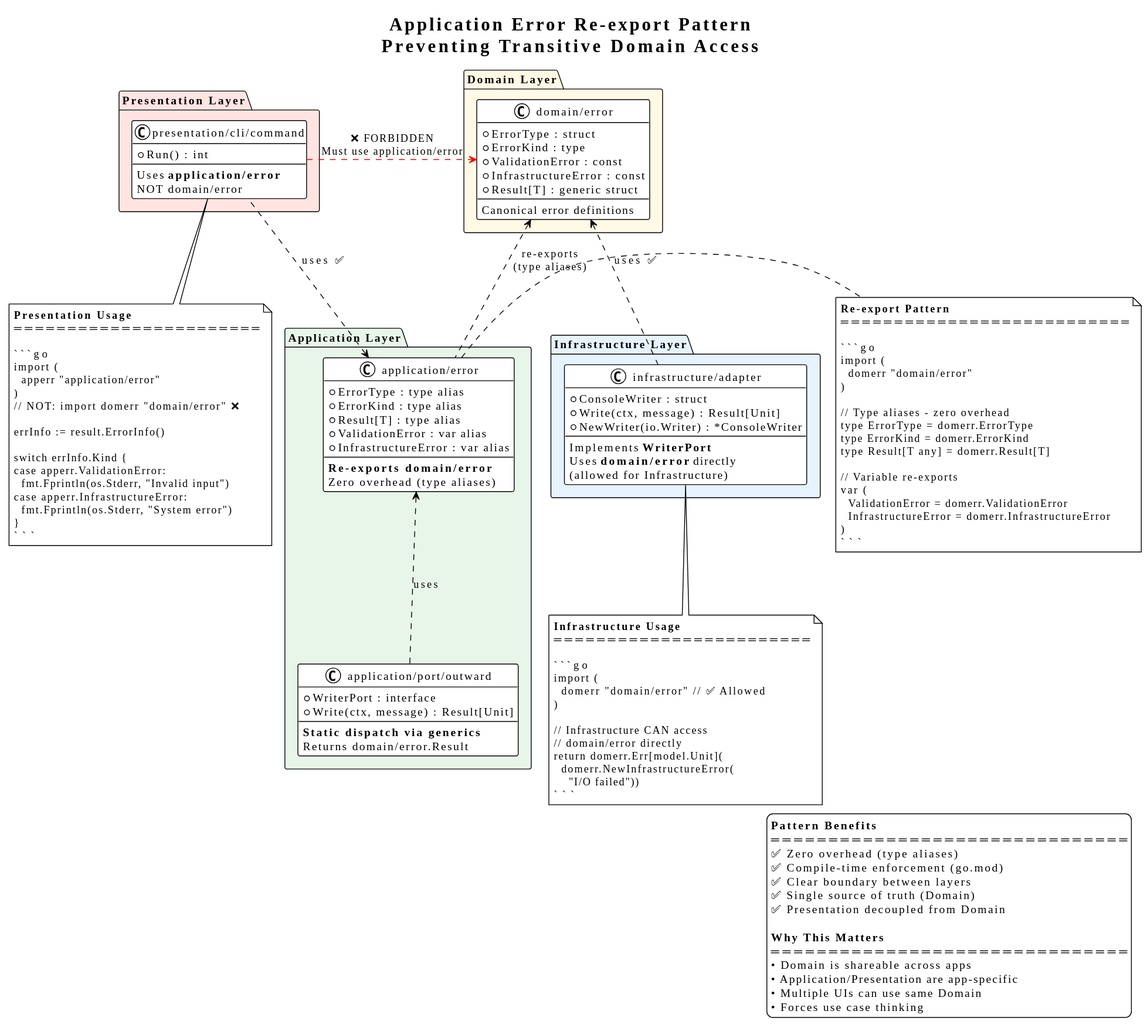
Before: docs/diagrams/application_error_pattern.svg, a diagram exported from PlantUML (abitofhelp/hybrid_app_go).
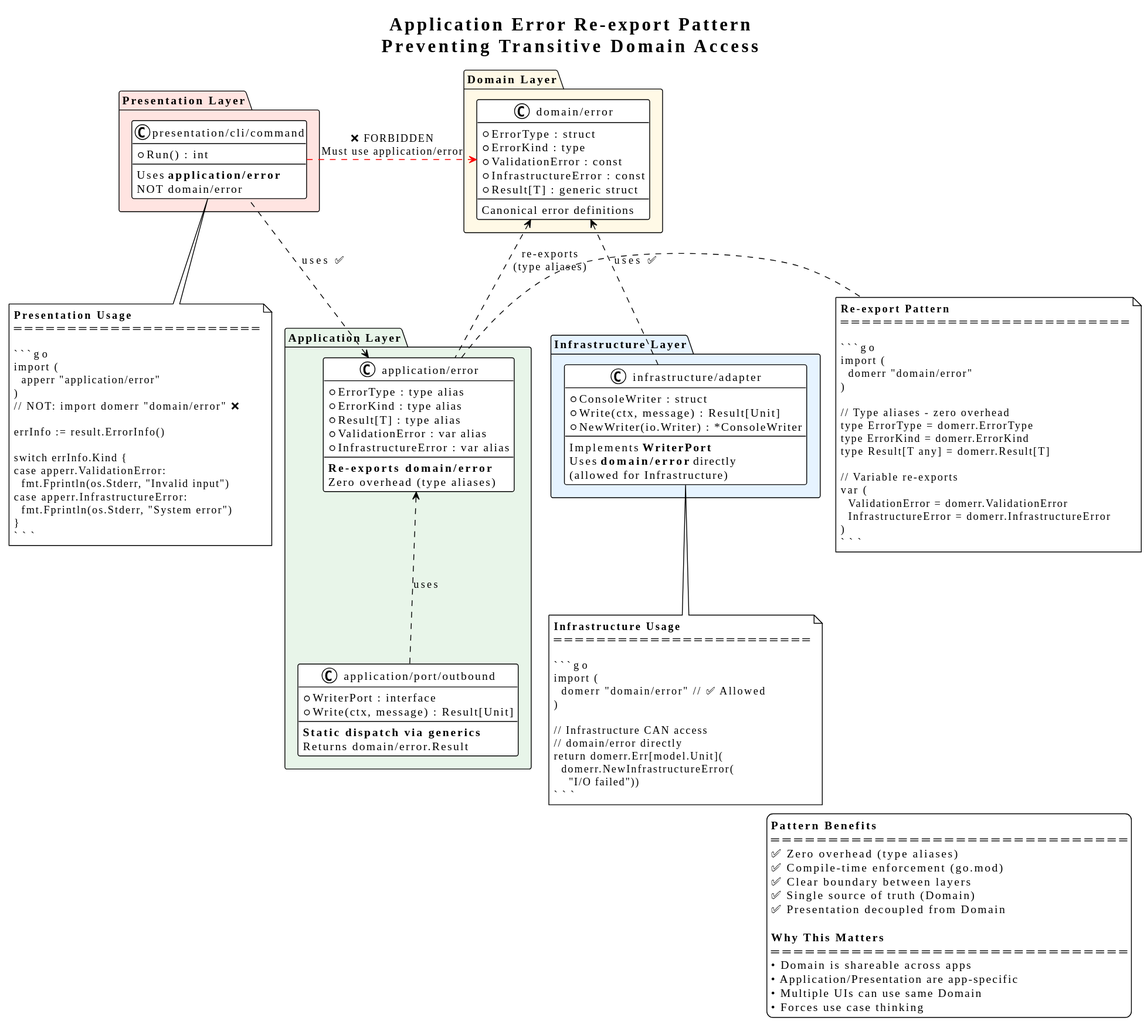
Above is the later version.

What changed in the source:
```diff
@@ -27,7 +27,7 @@
     Zero overhead (type aliases)
   }
 
-  class "application/port/outward" as Writer {
+  class "application/port/outbound" as Writer {
     + WriterPort : interface
     + Write(ctx, message) : Result[Unit]
     --
```
